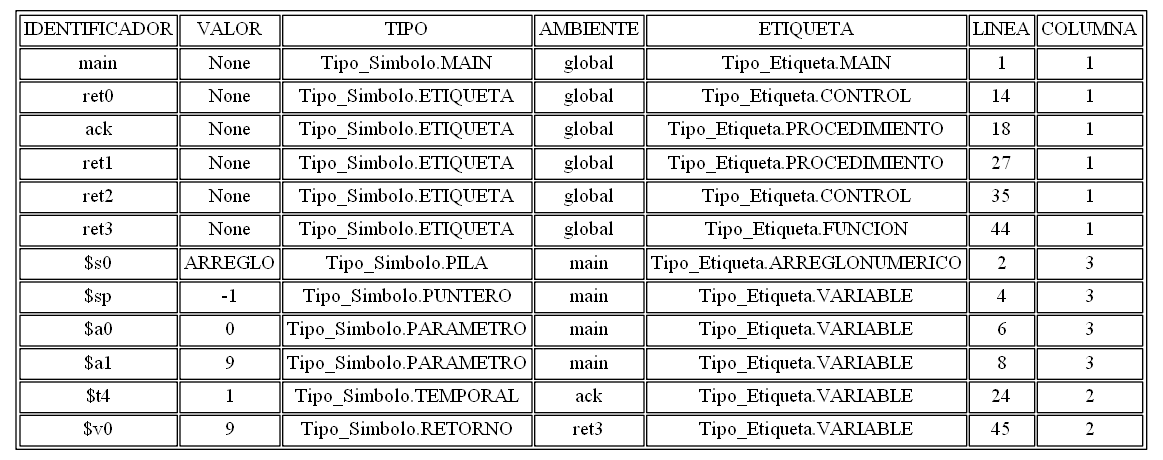
The Graphviz diagram tablasimbolos.png in AndreeAvalos/OLC2-AUGUS, before a commit. Its source is kept beside it as tablasimbolos.dot.
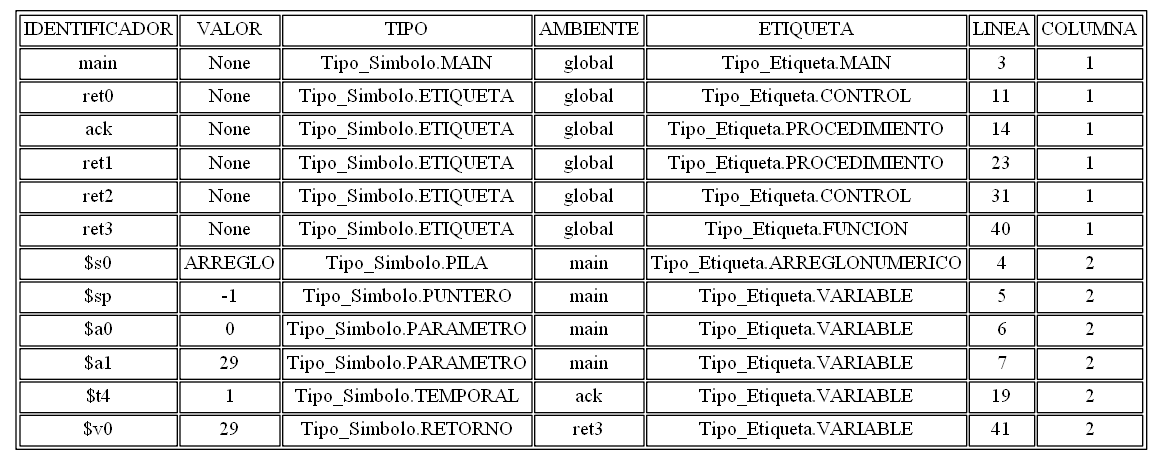
Above is the later version.

Change to the diagram source:
```diff
@@ -3,18 +3,18 @@
 graph [bb="0,0,352,154"];
 arset [label=<<TABLE ALIGN="LEFT">
 <TR><TD>IDENTIFICADOR</TD><TD>VALOR</TD><TD>TIPO</TD><TD>AMBIENTE</TD><TD>ETIQUETA</TD><TD>LINEA</TD><TD>COLUMNA</TD></TR>
-<TR><TD>main</TD><TD>None</TD><TD>Tipo_Simbolo.MAIN</TD><TD>global</TD><TD>Tipo_Etiqueta.MAIN</TD><TD>1</TD><TD>1</TD></TR>
-<TR><TD>ret0</TD><TD>None</TD><TD>Tipo_Simbolo.ETIQUETA</TD><TD>global</TD><TD>Tipo_Etiqueta.CONTROL</TD><TD>14</TD><TD>1</TD></TR>
-<TR><TD>ack</TD><TD>None</TD><TD>Tipo_Simbolo.ETIQUETA</TD><TD>global</TD><TD>Tipo_Etiqueta.PROCEDIMIENTO</TD><TD>18</TD><TD>1</TD></TR>
-<TR><TD>ret1</TD><TD>None</TD><TD>Tipo_Simbolo.ETIQUETA</TD><TD>global</TD><TD>Tipo_Etiqueta.PROCEDIMIENTO</TD><TD>27</TD><TD>1</TD></TR>
-<TR><TD>ret2</TD><TD>None</TD><TD>Tipo_Simbolo.ETIQUETA</TD><TD>global</TD><TD>Tipo_Etiqueta.CONTROL</TD><TD>35</TD><TD>1</TD></TR>
-<TR><TD>ret3</TD><TD>None</TD><TD>Tipo_Simbolo.ETIQUETA</TD><TD>global</TD><TD>Tipo_Etiqueta.FUNCION</TD><TD>44</TD><TD>1</TD></TR>
-<TR><TD>$s0</TD><TD>ARREGLO</TD><TD>Tipo_Simbolo.PILA</TD><TD>main</TD><TD>Tipo_Etiqueta.ARREGLONUMERICO</TD><TD>2</TD><TD>3</TD></TR>
-<TR><TD>$sp</TD><TD>-1</TD><TD>Tipo_Simbolo.PUNTERO</TD><TD>main</TD><TD>Tipo_Etiqueta.VARIABLE</TD><TD>4</TD><TD>3</TD></TR>
-<TR><TD>$a0</TD><TD>0</TD><TD>Tipo_Simbolo.PARAMETRO</TD><TD>main</TD><TD>Tipo_Etiqueta.VARIABLE</TD><TD>6</TD><TD>3</TD></TR>
-<TR><TD>$a1</TD><TD>9</TD><TD>Tipo_Simbolo.PARAMETRO</TD><TD>main</TD><TD>Tipo_Etiqueta.VARIABLE</TD><TD>8</TD><TD>3</TD></TR>
-<TR><TD>$t4</TD><TD>1</TD><TD>Tipo_Simbolo.TEMPORAL</TD><TD>ack</TD><TD>Tipo_Etiqueta.VARIABLE</TD><TD>24</TD><TD>2</TD></TR>
-<TR><TD>$v0</TD><TD>9</TD><TD>Tipo_Simbolo.RETORNO</TD><TD>ret3</TD><TD>Tipo_Etiqueta.VARIABLE</TD><TD>45</TD><TD>2</TD></TR>
+<TR><TD>main</TD><TD>None</TD><TD>Tipo_Simbolo.MAIN</TD><TD>global</TD><TD>Tipo_Etiqueta.MAIN</TD><TD>3</TD><TD>1</TD></TR>
+<TR><TD>ret0</TD><TD>None</TD><TD>Tipo_Simbolo.ETIQUETA</TD><TD>global</TD><TD>Tipo_Etiqueta.CONTROL</TD><TD>11</TD><TD>1</TD></TR>
+<TR><TD>ack</TD><TD>None</TD><TD>Tipo_Simbolo.ETIQUETA</TD><TD>global</TD><TD>Tipo_Etiqueta.PROCEDIMIENTO</TD><TD>14</TD><TD>1</TD></TR>
+<TR><TD>ret1</TD><TD>None</TD><TD>Tipo_Simbolo.ETIQUETA</TD><TD>global</TD><TD>Tipo_Etiqueta.PROCEDIMIENTO</TD><TD>23</TD><TD>1</TD></TR>
+<TR><TD>ret2</TD><TD>None</TD><TD>Tipo_Simbolo.ETIQUETA</TD><TD>global</TD><TD>Tipo_Etiqueta.CONTROL</TD><TD>31</TD><TD>1</TD></TR>
+<TR><TD>ret3</TD><TD>None</TD><TD>Tipo_Simbolo.ETIQUETA</TD><TD>global</TD><TD>Tipo_Etiqueta.FUNCION</TD><TD>40</TD><TD>1</TD></TR>
+<TR><TD>$s0</TD><TD>ARREGLO</TD><TD>Tipo_Simbolo.PILA</TD><TD>main</TD><TD>Tipo_Etiqueta.ARREGLONUMERICO</TD><TD>4</TD><TD>2</TD></TR>
+<TR><TD>$sp</TD><TD>-1</TD><TD>Tipo_Simbolo.PUNTERO</TD><TD>main</TD><TD>Tipo_Etiqueta.VARIABLE</TD><TD>5</TD><TD>2</TD></TR>
+<TR><TD>$a0</TD><TD>0</TD><TD>Tipo_Simbolo.PARAMETRO</TD><TD>main</TD><TD>Tipo_Etiqueta.VARIABLE</TD><TD>6</TD><TD>2</TD></TR>
+<TR><TD>$a1</TD><TD>29</TD><TD>Tipo_Simbolo.PARAMETRO</TD><TD>main</TD><TD>Tipo_Etiqueta.VARIABLE</TD><TD>7</TD><TD>2</TD></TR>
+<TR><TD>$t4</TD><TD>1</TD><TD>Tipo_Simbolo.TEMPORAL</TD><TD>ack</TD><TD>Tipo_Etiqueta.VARIABLE</TD><TD>19</TD><TD>2</TD></TR>
+<TR><TD>$v0</TD><TD>29</TD><TD>Tipo_Simbolo.RETORNO</TD><TD>ret3</TD><TD>Tipo_Etiqueta.VARIABLE</TD><TD>41</TD><TD>2</TD></TR>
 </TABLE>
 >, ];
 }
```
